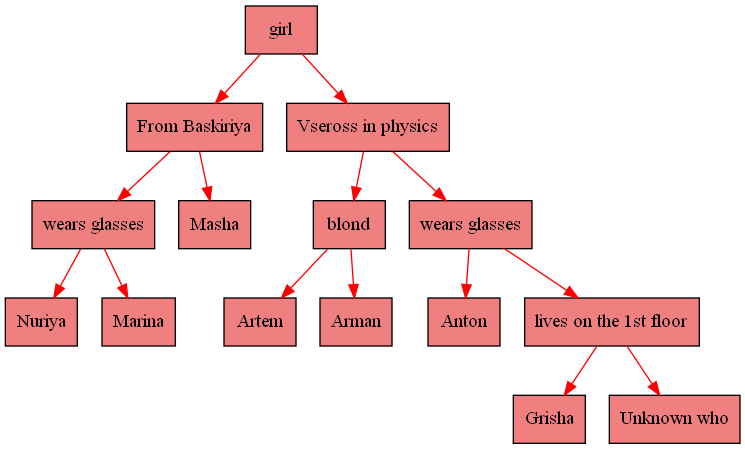
Earlier version of the Graphviz export list.png (nurikyet/Akinator). Its source is kept beside it as list.dot.
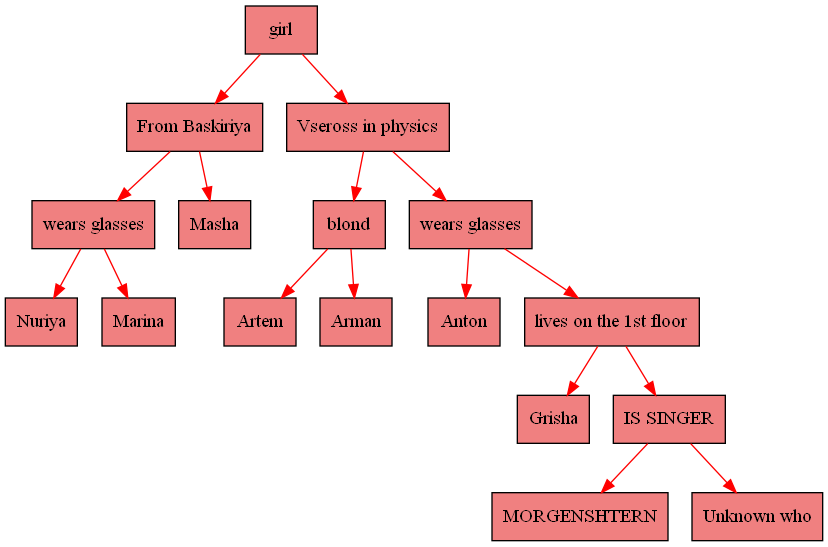
The same file after the commit.

Change to the diagram source:
```diff
@@ -1,32 +1,36 @@
 digraph G{
   rankdir=HR;
-  Node_00000214c7d31750 [shape=record, style="filled", fillcolor="#F08080", label=" girl"];
-  Node_00000214c7d31880 [shape=record, style="filled", fillcolor="#F08080", label=" From Baskiriya"];
-  Node_00000214c7d319b0 [shape=record, style="filled", fillcolor="#F08080", label=" wears glasses"];
-  Node_00000214c7d31ae0 [shape=record, style="filled", fillcolor="#F08080", label=" Nuriya"];
-  Node_00000214c7d31c10 [shape=record, style="filled", fillcolor="#F08080", label=" Marina"];
-  Node_00000214c7d31d40 [shape=record, style="filled", fillcolor="#F08080", label=" Masha"];
-  Node_00000214c7d31d60 [shape=record, style="filled", fillcolor="#F08080", label=" Vseross in physics"];
-  Node_00000214c7d31d80 [shape=record, style="filled", fillcolor="#F08080", label=" blond"];
-  Node_00000214c7d31da0 [shape=record, style="filled", fillcolor="#F08080", label=" Artem"];
-  Node_00000214c7d31dc0 [shape=record, style="filled", fillcolor="#F08080", label=" Arman"];
-  Node_00000214c7d31de0 [shape=record, style="filled", fillcolor="#F08080", label=" wears glasses"];
-  Node_00000214c7d31e00 [shape=record, style="filled", fillcolor="#F08080", label=" Anton"];
-  Node_00000214c7d37a10 [shape=record, style="filled", fillcolor="#F08080", label=" lives on the 1st floor"];
-  Node_00000214c7d37c90 [shape=record, style="filled", fillcolor="#F08080", label=" Grisha"];
-  Node_00000214c7d37d90 [shape=record, style="filled", fillcolor="#F08080", label=" Unknown who"];
-Node_00000214c7d31750 -> Node_00000214c7d31880[color="red"]
-Node_00000214c7d31750 -> Node_00000214c7d31d60[color="red"]
-Node_00000214c7d31880 -> Node_00000214c7d319b0[color="red"]
-Node_00000214c7d31880 -> Node_00000214c7d31d40[color="red"]
-Node_00000214c7d319b0 -> Node_00000214c7d31ae0[color="red"]
-Node_00000214c7d319b0 -> Node_00000214c7d31c10[color="red"]
-Node_00000214c7d31d60 -> Node_00000214c7d31d80[color="red"]
-Node_00000214c7d31d60 -> Node_00000214c7d31de0[color="red"]
-Node_00000214c7d31d80 -> Node_00000214c7d31da0[color="red"]
-Node_00000214c7d31d80 -> Node_00000214c7d31dc0[color="red"]
-Node_00000214c7d31de0 -> Node_00000214c7d31e00[color="red"]
-Node_00000214c7d31de0 -> Node_00000214c7d37a10[color="red"]
-Node_00000214c7d37a10 -> Node_00000214c7d37c90[color="red"]
-Node_00000214c7d37a10 -> Node_00000214c7d37d90[color="red"]
+  Node_000001fc6ca96740 [shape=record, style="filled", fillcolor="#F08080", label=" girl"];
+  Node_000001fc6ca96160 [shape=record, style="filled", fillcolor="#F08080", label=" From Baskiriya"];
+  Node_000001fc6ca961e0 [shape=record, style="filled", fillcolor="#F08080", label=" wears glasses"];
+  Node_000001fc6ca96200 [shape=record, style="filled", fillcolor="#F08080", label=" Nuriya"];
+  Node_000001fc6ca96800 [shape=record, style="filled", fillcolor="#F08080", label=" Marina"];
+  Node_000001fc6ca96220 [shape=record, style="filled", fillcolor="#F08080", label=" Masha"];
+  Node_000001fc6ca96380 [shape=record, style="filled", fillcolor="#F08080", label=" Vseross in physics"];
+  Node_000001fc6ca96580 [shape=record, style="filled", fillcolor="#F08080", label=" blond"];
+  Node_000001fc6ca963a0 [shape=record, style="filled", fillcolor="#F08080", label=" Artem"];
+  Node_000001fc6ca96540 [shape=record, style="filled", fillcolor="#F08080", label=" Arman"];
+  Node_000001fc6ca965a0 [shape=record, style="filled", fillcolor="#F08080", label=" wears glasses"];
+  Node_000001fc6ca96320 [shape=record, style="filled", fillcolor="#F08080", label=" Anton"];
+  Node_000001fc6ca96820 [shape=record, style="filled", fillcolor="#F08080", label=" lives on the 1st floor"];
+  Node_000001fc6ca965c0 [shape=record, style="filled", fillcolor="#F08080", label=" Grisha"];
+  Node_000001fc6ca965e0 [shape=record, style="filled", fillcolor="#F08080", label=" IS SINGER"];
+  Node_000001fc6e17dd70 [shape=record, style="filled", fillcolor="#F08080", label=" MORGENSHTERN"];
+  Node_000001fc6e17dcb0 [shape=record, style="filled", fillcolor="#F08080", label=" Unknown who"];
+Node_000001fc6ca96740 -> Node_000001fc6ca96160[color="red"]
+Node_000001fc6ca96740 -> Node_000001fc6ca96380[color="red"]
+Node_000001fc6ca96160 -> Node_000001fc6ca961e0[color="red"]
+Node_000001fc6ca96160 -> Node_000001fc6ca96220[color="red"]
+Node_000001fc6ca961e0 -> Node_000001fc6ca96200[color="red"]
+Node_000001fc6ca961e0 -> Node_000001fc6ca96800[color="red"]
+Node_000001fc6ca96380 -> Node_000001fc6ca96580[color="red"]
+Node_000001fc6ca96380 -> Node_000001fc6ca965a0[color="red"]
+Node_000001fc6ca96580 -> Node_000001fc6ca963a0[color="red"]
+Node_000001fc6ca96580 -> Node_000001fc6ca96540[color="red"]
+Node_000001fc6ca965a0 -> Node_000001fc6ca96320[color="red"]
+Node_000001fc6ca965a0 -> Node_000001fc6ca96820[color="red"]
+Node_000001fc6ca96820 -> Node_000001fc6ca965c0[color="red"]
+Node_000001fc6ca96820 -> Node_000001fc6ca965e0[color="red"]
+Node_000001fc6ca965e0 -> Node_000001fc6e17dd70[color="red"]
+Node_000001fc6ca965e0 -> Node_000001fc6e17dcb0[color="red"]
 }
```
